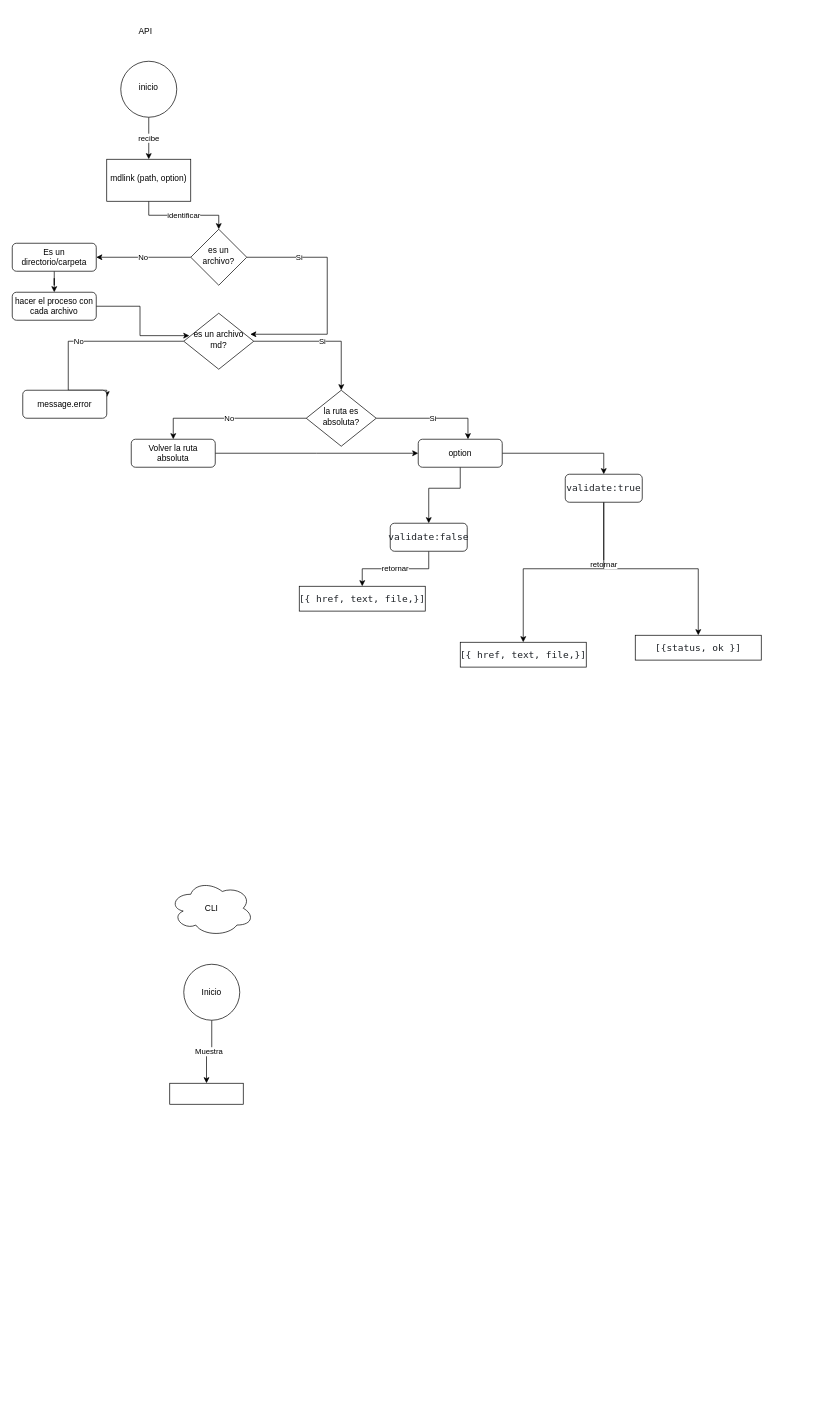
Lady9696/DEV004-md-links keeps this draw.io diagram as Diagrama sin título.drawio. Above is the earlier version. Source tidied: cells renumbered, new cells numbered last; positions are measured from the earlier drawing's top-left corner, leaving out a move shared by most shapes. Both pictures are drawn from the tidied source at 70%, with x=0, y=0 at pixel (12, 12).
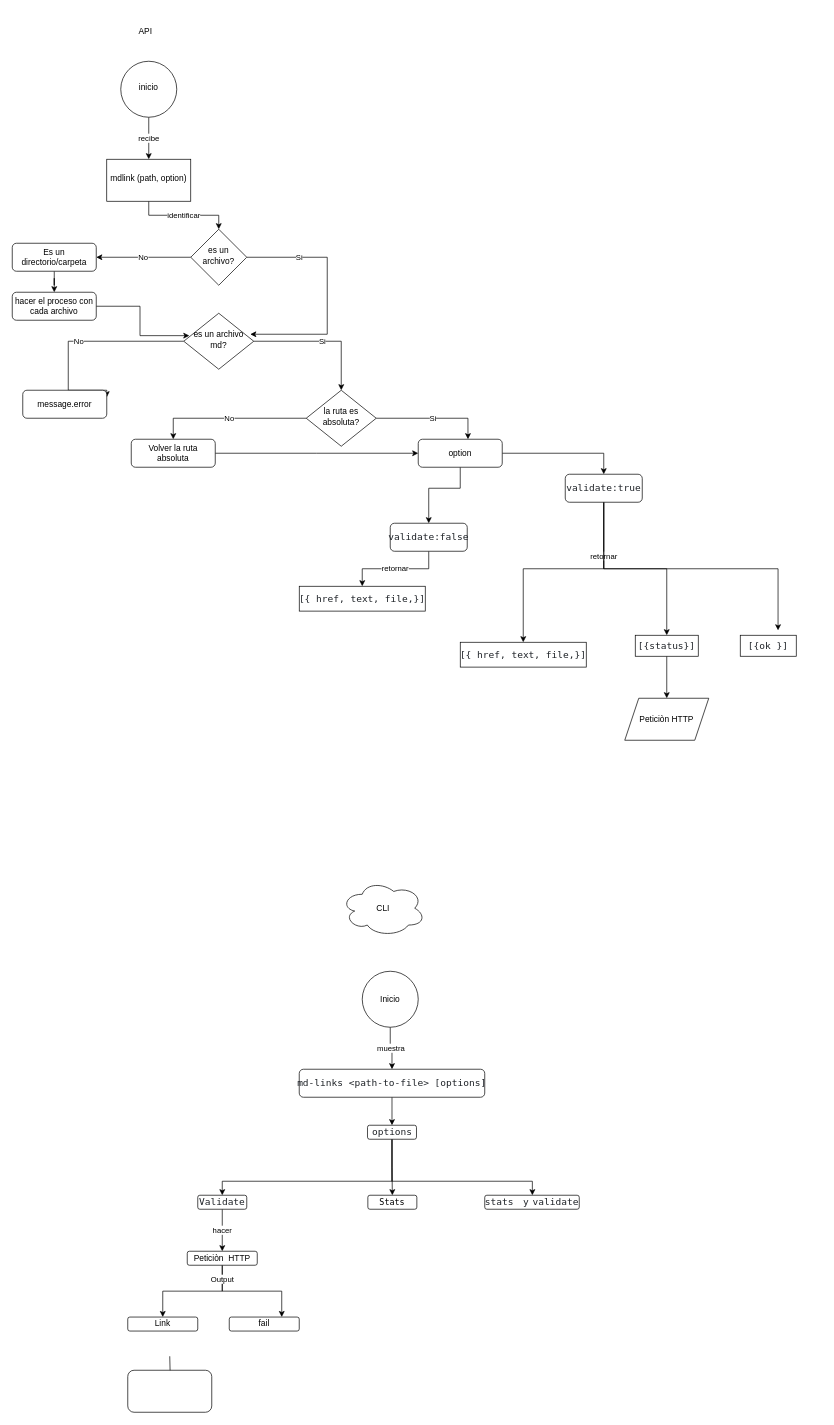
The same diagram, later.

The edit, as a diff of the source:
```diff
@@
+    <mxCell id="38" style="edgeStyle=orthogonalEdgeStyle;rounded=0;orthogonalLoop=1;jettySize=auto;html=1;entryX=0.675;entryY=-0.067;entryDx=0;entryDy=0;entryPerimeter=0;" parent="1" edge="1">
+      <mxGeometry relative="1" as="geometry">
+        <mxPoint x="845" y="695" as="sourcePoint" />
+        <mxPoint x="1094" y="883" as="targetPoint" />
+        <Array as="points">
+          <mxPoint x="845" y="795" />
+          <mxPoint x="1094" y="795" />
+        </Array>
+      </mxGeometry>
+    </mxCell>
@@
+    <mxCell id="39" style="edgeStyle=orthogonalEdgeStyle;rounded=0;jettySize=auto;html=1;" parent="1" edge="1" source="16" target="59">
+      <mxGeometry relative="1" as="geometry" />
+    </mxCell>
-    <mxCell id="16" value="&lt;pre style=&quot;box-sizing: border-box; font-family: ui-monospace, SFMono-Regular, &amp;quot;SF Mono&amp;quot;, Menlo, Consolas, &amp;quot;Liberation Mono&amp;quot;, monospace; font-size: 13.6px; margin-top: 0px; margin-bottom: 0px; overflow-wrap: normal; padding: 16px; overflow: auto; line-height: 1.45; color: rgb(31, 35, 40); background-color: var(--color-canvas-subtle); border-radius: 6px; word-break: normal; text-align: start;&quot;&gt;&lt;pre style=&quot;box-sizing: border-box; font-family: ui-monospace, SFMono-Regular, &amp;quot;SF Mono&amp;quot;, Menlo, Consolas, &amp;quot;Liberation Mono&amp;quot;, monospace; font-size: 13.6px; margin-top: 0px; margin-bottom: 0px; overflow-wrap: normal; padding: 16px; overflow: auto; line-height: 1.45; background-color: var(--color-canvas-subtle); border-radius: 6px; word-break: normal;&quot;&gt;[{status, ok }]&lt;/pre&gt;&lt;/pre&gt;" style="whiteSpace=wrap;html=1;" parent="1" vertex="1">
-      <mxGeometry x="890" y="890" width="180" height="35.5" as="geometry" />
+    <mxCell id="16" value="&lt;pre style=&quot;box-sizing: border-box; font-family: ui-monospace, SFMono-Regular, &amp;quot;SF Mono&amp;quot;, Menlo, Consolas, &amp;quot;Liberation Mono&amp;quot;, monospace; font-size: 13.6px; margin-top: 0px; margin-bottom: 0px; overflow-wrap: normal; padding: 16px; overflow: auto; line-height: 1.45; color: rgb(31, 35, 40); background-color: var(--color-canvas-subtle); border-radius: 6px; word-break: normal; text-align: start;&quot;&gt;&lt;pre style=&quot;box-sizing: border-box; font-family: ui-monospace, SFMono-Regular, &amp;quot;SF Mono&amp;quot;, Menlo, Consolas, &amp;quot;Liberation Mono&amp;quot;, monospace; font-size: 13.6px; margin-top: 0px; margin-bottom: 0px; overflow-wrap: normal; padding: 16px; overflow: auto; line-height: 1.45; background-color: var(--color-canvas-subtle); border-radius: 6px; word-break: normal;&quot;&gt;[{status}]&lt;/pre&gt;&lt;/pre&gt;" style="whiteSpace=wrap;html=1;" parent="1" vertex="1">
+      <mxGeometry x="890" y="890" width="90" height="30" as="geometry" />
     </mxCell>
@@
-    <mxCell id="34" value="Muestra" style="edgeStyle=orthogonalEdgeStyle;rounded=0;jettySize=auto;html=1;" parent="1" edge="1" source="35" target="37">
-      <mxGeometry relative="1" as="geometry" />
-    </mxCell>
+    <mxCell id="40" value="muestra" style="edgeStyle=orthogonalEdgeStyle;rounded=0;jettySize=auto;html=1;entryX=0.5;entryY=0;entryDx=0;entryDy=0;" parent="1" edge="1" source="35" target="42">
+      <mxGeometry relative="1" as="geometry" />
+    </mxCell>
     <mxCell id="35" value="Inicio" style="ellipse;whiteSpace=wrap;html=1;" parent="1" vertex="1">
-      <mxGeometry x="245" y="1360" width="80" height="80" as="geometry" />
+      <mxGeometry x="500" y="1370" width="80" height="80" as="geometry" />
     </mxCell>
     <mxCell id="36" value="CLI" style="ellipse;shape=cloud;whiteSpace=wrap;html=1;" parent="1" vertex="1">
-      <mxGeometry x="225" y="1240" width="120" height="80" as="geometry" />
+      <mxGeometry x="470" y="1240" width="120" height="80" as="geometry" />
     </mxCell>
-    <mxCell id="37" style="whiteSpace=wrap;html=1;" parent="1" vertex="1">
-      <mxGeometry x="225" y="1530" width="105" height="30" as="geometry" />
-    </mxCell>
+    <mxCell id="41" style="edgeStyle=orthogonalEdgeStyle;rounded=0;jettySize=auto;html=1;" parent="1" edge="1" source="42" target="46">
+      <mxGeometry relative="1" as="geometry" />
+    </mxCell>
+    <mxCell id="42" value="&lt;pre style=&quot;box-sizing: border-box; font-family: ui-monospace, SFMono-Regular, &amp;quot;SF Mono&amp;quot;, Menlo, Consolas, &amp;quot;Liberation Mono&amp;quot;, monospace; font-size: 13.6px; margin-top: 0px; margin-bottom: 0px; overflow-wrap: normal; padding: 16px; overflow: auto; line-height: 1.45; color: rgb(31, 35, 40); background-color: var(--color-canvas-subtle); border-radius: 6px; word-break: normal;&quot;&gt;&lt;pre style=&quot;box-sizing: border-box; font-family: ui-monospace, SFMono-Regular, &amp;quot;SF Mono&amp;quot;, Menlo, Consolas, &amp;quot;Liberation Mono&amp;quot;, monospace; font-size: 13.6px; margin-top: 0px; margin-bottom: 0px; overflow-wrap: normal; padding: 16px; overflow: auto; line-height: 1.45; background-color: var(--color-canvas-subtle); border-radius: 6px; word-break: normal;&quot;&gt;md-links &amp;lt;path-to-file&amp;gt; [options]&lt;br&gt;&lt;/pre&gt;&lt;/pre&gt;" style="rounded=1;whiteSpace=wrap;html=1;fontSize=12;glass=0;strokeWidth=1;shadow=0;align=center;" parent="1" vertex="1">
+      <mxGeometry x="410" y="1510" width="265" height="40" as="geometry" />
+    </mxCell>
+    <mxCell id="43" style="edgeStyle=orthogonalEdgeStyle;rounded=0;jettySize=auto;html=1;" parent="1" edge="1" source="46" target="48">
+      <mxGeometry relative="1" as="geometry">
+        <Array as="points">
+          <mxPoint x="543" y="1670" />
+          <mxPoint x="300" y="1670" />
+        </Array>
+      </mxGeometry>
+    </mxCell>
+    <mxCell id="44" style="edgeStyle=orthogonalEdgeStyle;rounded=0;jettySize=auto;html=1;entryX=0.5;entryY=0;entryDx=0;entryDy=0;" parent="1" edge="1" source="46" target="49">
+      <mxGeometry relative="1" as="geometry" />
+    </mxCell>
+    <mxCell id="45" style="edgeStyle=orthogonalEdgeStyle;rounded=0;jettySize=auto;html=1;" parent="1" edge="1" source="46" target="51">
+      <mxGeometry relative="1" as="geometry">
+        <Array as="points">
+          <mxPoint x="543" y="1670" />
+          <mxPoint x="743" y="1670" />
+        </Array>
+      </mxGeometry>
+    </mxCell>
+    <mxCell id="46" value="&lt;pre style=&quot;box-sizing: border-box; font-family: ui-monospace, SFMono-Regular, &amp;quot;SF Mono&amp;quot;, Menlo, Consolas, &amp;quot;Liberation Mono&amp;quot;, monospace; font-size: 13.6px; margin-top: 0px; margin-bottom: 0px; overflow-wrap: normal; padding: 16px; overflow: auto; line-height: 1.45; color: rgb(31, 35, 40); background-color: var(--color-canvas-subtle); border-radius: 6px; word-break: normal;&quot;&gt;&lt;pre style=&quot;box-sizing: border-box; font-family: ui-monospace, SFMono-Regular, &amp;quot;SF Mono&amp;quot;, Menlo, Consolas, &amp;quot;Liberation Mono&amp;quot;, monospace; font-size: 13.6px; margin-top: 0px; margin-bottom: 0px; overflow-wrap: normal; padding: 16px; overflow: auto; line-height: 1.45; background-color: var(--color-canvas-subtle); border-radius: 6px; word-break: normal;&quot;&gt;options&lt;br&gt;&lt;/pre&gt;&lt;/pre&gt;" style="rounded=1;whiteSpace=wrap;html=1;fontSize=12;glass=0;strokeWidth=1;shadow=0;align=center;" parent="1" vertex="1">
+      <mxGeometry x="507.5" y="1590" width="70" height="20" as="geometry" />
+    </mxCell>
+    <mxCell id="47" value="hacer" style="edgeStyle=orthogonalEdgeStyle;rounded=0;jettySize=auto;html=1;" parent="1" edge="1" source="48" target="54">
+      <mxGeometry relative="1" as="geometry" />
+    </mxCell>
+    <mxCell id="48" value="&lt;pre style=&quot;box-sizing: border-box; font-family: ui-monospace, SFMono-Regular, &amp;quot;SF Mono&amp;quot;, Menlo, Consolas, &amp;quot;Liberation Mono&amp;quot;, monospace; font-size: 13.6px; margin-top: 0px; margin-bottom: 0px; overflow-wrap: normal; padding: 16px; overflow: auto; line-height: 1.45; color: rgb(31, 35, 40); background-color: var(--color-canvas-subtle); border-radius: 6px; word-break: normal;&quot;&gt;&lt;pre style=&quot;box-sizing: border-box; font-family: ui-monospace, SFMono-Regular, &amp;quot;SF Mono&amp;quot;, Menlo, Consolas, &amp;quot;Liberation Mono&amp;quot;, monospace; font-size: 13.6px; margin-top: 0px; margin-bottom: 0px; overflow-wrap: normal; padding: 16px; overflow: auto; line-height: 1.45; background-color: var(--color-canvas-subtle); border-radius: 6px; word-break: normal;&quot;&gt;Validate&lt;br&gt;&lt;/pre&gt;&lt;/pre&gt;" style="rounded=1;whiteSpace=wrap;html=1;fontSize=12;glass=0;strokeWidth=1;shadow=0;align=center;" parent="1" vertex="1">
+      <mxGeometry x="265" y="1690" width="70" height="20" as="geometry" />
+    </mxCell>
+    <mxCell id="49" value="&lt;font face=&quot;ui-monospace, SFMono-Regular, SF Mono, Menlo, Consolas, Liberation Mono, monospace&quot;&gt;Stats&lt;/font&gt;" style="rounded=1;whiteSpace=wrap;html=1;fontSize=12;glass=0;strokeWidth=1;shadow=0;align=center;" parent="1" vertex="1">
+      <mxGeometry x="508" y="1690" width="70" height="20" as="geometry" />
+    </mxCell>
+    <mxCell id="50" style="edgeStyle=orthogonalEdgeStyle;rounded=0;orthogonalLoop=1;jettySize=auto;html=1;exitX=0.5;exitY=1;exitDx=0;exitDy=0;" parent="1" edge="1">
+      <mxGeometry relative="1" as="geometry">
+        <mxPoint x="543" y="1710" as="sourcePoint" />
+        <mxPoint x="543" y="1710" as="targetPoint" />
+      </mxGeometry>
+    </mxCell>
+    <mxCell id="51" value="&lt;pre style=&quot;box-sizing: border-box; font-family: ui-monospace, SFMono-Regular, &amp;quot;SF Mono&amp;quot;, Menlo, Consolas, &amp;quot;Liberation Mono&amp;quot;, monospace; font-size: 13.6px; margin-top: 0px; margin-bottom: 0px; overflow-wrap: normal; padding: 16px; overflow: auto; line-height: 1.45; color: rgb(31, 35, 40); background-color: var(--color-canvas-subtle); border-radius: 6px; word-break: normal;&quot;&gt;&lt;pre style=&quot;box-sizing: border-box; font-family: ui-monospace, SFMono-Regular, &amp;quot;SF Mono&amp;quot;, Menlo, Consolas, &amp;quot;Liberation Mono&amp;quot;, monospace; font-size: 13.6px; margin-top: 0px; margin-bottom: 0px; overflow-wrap: normal; padding: 16px; overflow: auto; line-height: 1.45; background-color: var(--color-canvas-subtle); border-radius: 6px; word-break: normal;&quot;&gt;&lt;code style=&quot;box-sizing: border-box; font-family: ui-monospace, SFMono-Regular, &amp;quot;SF Mono&amp;quot;, Menlo, Consolas, &amp;quot;Liberation Mono&amp;quot;, monospace; font-size: 13.6px; padding: 0.2em 0.4em; margin: 0px; background-color: var(--color-neutral-muted); border-radius: 6px; text-align: start;&quot;&gt;stats&lt;/code&gt;&amp;nbsp;y&lt;code style=&quot;box-sizing: border-box; font-family: ui-monospace, SFMono-Regular, &amp;quot;SF Mono&amp;quot;, Menlo, Consolas, &amp;quot;Liberation Mono&amp;quot;, monospace; font-size: 13.6px; padding: 0.2em 0.4em; margin: 0px; background-color: var(--color-neutral-muted); border-radius: 6px; text-align: start;&quot;&gt;validate&lt;/code&gt;&lt;br&gt;&lt;/pre&gt;&lt;/pre&gt;" style="rounded=1;whiteSpace=wrap;html=1;fontSize=12;glass=0;strokeWidth=1;shadow=0;align=center;" parent="1" vertex="1">
+      <mxGeometry x="675" y="1690" width="135" height="20" as="geometry" />
+    </mxCell>
+    <mxCell id="52" style="edgeStyle=orthogonalEdgeStyle;rounded=0;jettySize=auto;html=1;" parent="1" edge="1" source="54" target="57">
+      <mxGeometry relative="1" as="geometry" />
+    </mxCell>
+    <mxCell id="53" value="Output" style="edgeStyle=orthogonalEdgeStyle;rounded=0;jettySize=auto;html=1;entryX=0.75;entryY=0;entryDx=0;entryDy=0;" parent="1" edge="1" source="54" target="58">
+      <mxGeometry x="-0.75" relative="1" as="geometry" />
+    </mxCell>
+    <mxCell id="54" value="Peticiòn&amp;nbsp;&amp;nbsp;HTTP" style="whiteSpace=wrap;html=1;rounded=1;glass=0;strokeWidth=1;shadow=0;" parent="1" vertex="1">
+      <mxGeometry x="250" y="1770" width="100" height="20" as="geometry" />
+    </mxCell>
+    <mxCell id="55" style="edgeStyle=orthogonalEdgeStyle;rounded=0;jettySize=auto;html=1;" parent="1" edge="1" target="56">
+      <mxGeometry relative="1" as="geometry">
+        <mxPoint x="225" y="1920" as="sourcePoint" />
+      </mxGeometry>
+    </mxCell>
+    <mxCell id="56" style="whiteSpace=wrap;html=1;rounded=1;glass=0;strokeWidth=1;shadow=0;" parent="1" vertex="1">
+      <mxGeometry x="165" y="1940" width="120" height="60" as="geometry" />
+    </mxCell>
+    <mxCell id="57" value="Link" style="whiteSpace=wrap;html=1;rounded=1;glass=0;strokeWidth=1;shadow=0;" parent="1" vertex="1">
+      <mxGeometry x="165" y="1864" width="100" height="20" as="geometry" />
+    </mxCell>
+    <mxCell id="58" value="fail" style="whiteSpace=wrap;html=1;rounded=1;glass=0;strokeWidth=1;shadow=0;" parent="1" vertex="1">
+      <mxGeometry x="310" y="1864" width="100" height="20" as="geometry" />
+    </mxCell>
+    <mxCell id="59" value="Peticiòn HTTP" style="shape=parallelogram;perimeter=parallelogramPerimeter;whiteSpace=wrap;html=1;fixedSize=1;" parent="1" vertex="1">
+      <mxGeometry x="875" y="980" width="120" height="60" as="geometry" />
+    </mxCell>
+    <mxCell id="60" value="&lt;pre style=&quot;box-sizing: border-box; font-family: ui-monospace, SFMono-Regular, &amp;quot;SF Mono&amp;quot;, Menlo, Consolas, &amp;quot;Liberation Mono&amp;quot;, monospace; font-size: 13.6px; margin-top: 0px; margin-bottom: 0px; overflow-wrap: normal; padding: 16px; overflow: auto; line-height: 1.45; color: rgb(31, 35, 40); background-color: var(--color-canvas-subtle); border-radius: 6px; word-break: normal; text-align: start;&quot;&gt;&lt;pre style=&quot;box-sizing: border-box; font-family: ui-monospace, SFMono-Regular, &amp;quot;SF Mono&amp;quot;, Menlo, Consolas, &amp;quot;Liberation Mono&amp;quot;, monospace; font-size: 13.6px; margin-top: 0px; margin-bottom: 0px; overflow-wrap: normal; padding: 16px; overflow: auto; line-height: 1.45; background-color: var(--color-canvas-subtle); border-radius: 6px; word-break: normal;&quot;&gt;&lt;pre style=&quot;border-color: var(--border-color); font-size: 13.6px; background-color: var(--color-canvas-subtle); box-sizing: border-box; font-family: ui-monospace, SFMono-Regular, &amp;quot;SF Mono&amp;quot;, Menlo, Consolas, &amp;quot;Liberation Mono&amp;quot;, monospace; margin-top: 0px; margin-bottom: 0px; overflow-wrap: normal; padding: 16px; overflow: auto; line-height: 1.45; border-radius: 6px; word-break: normal;&quot;&gt;[{ok }]&lt;/pre&gt;&lt;/pre&gt;&lt;/pre&gt;" style="whiteSpace=wrap;html=1;" parent="1" vertex="1">
+      <mxGeometry x="1040" y="890" width="80" height="30" as="geometry" />
+    </mxCell>
```
